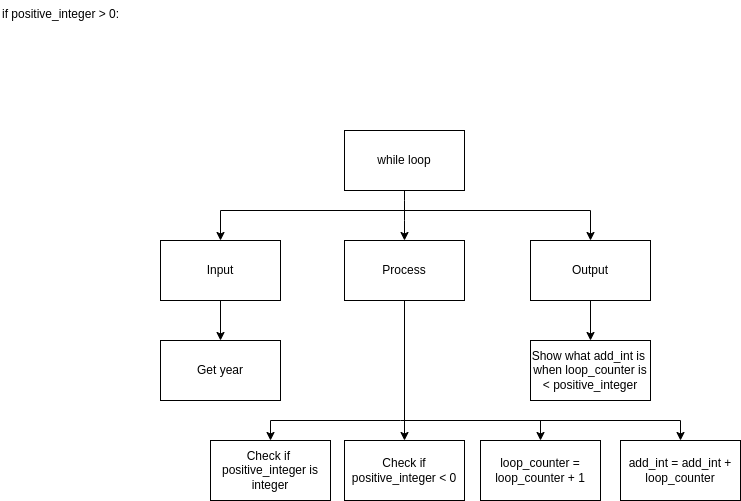
Before: design/top_down.png, a diagram exported from draw.io (Emmanuel-Fofeyin/ICS3U-Unit4-01-Python). Source tidied: cells renumbered, new cells last; positions are measured from the earlier drawing's top-left corner, leaving out a move shared by most shapes. Source of this version:
```xml
<mxGraphModel>
  <root>
    <mxCell id="0" />
    <mxCell id="1" parent="0" />
    <mxCell id="2" style="edgeStyle=none;html=1;entryX=0.5;entryY=0;entryDx=0;entryDy=0;" parent="1" edge="1" source="3" target="5">
      <mxGeometry relative="1" as="geometry">
        <Array as="points">
          <mxPoint x="404" y="210" />
        </Array>
      </mxGeometry>
    </mxCell>
    <mxCell id="3" value="while loop" style="rounded=0;whiteSpace=wrap;html=1;" parent="1" vertex="1">
      <mxGeometry x="344" y="130" width="120" height="60" as="geometry" />
    </mxCell>
    <mxCell id="4" style="edgeStyle=orthogonalEdgeStyle;rounded=0;html=1;entryX=0.5;entryY=0;entryDx=0;entryDy=0;" parent="1" edge="1" source="5" target="13">
      <mxGeometry relative="1" as="geometry" />
    </mxCell>
    <mxCell id="5" value="Process" style="rounded=0;whiteSpace=wrap;html=1;" parent="1" vertex="1">
      <mxGeometry x="344" y="240" width="120" height="60" as="geometry" />
    </mxCell>
    <mxCell id="6" style="edgeStyle=orthogonalEdgeStyle;rounded=0;html=1;" parent="1" edge="1" source="7" target="14">
      <mxGeometry relative="1" as="geometry" />
    </mxCell>
    <mxCell id="7" value="Output" style="rounded=0;whiteSpace=wrap;html=1;" parent="1" vertex="1">
      <mxGeometry x="530" y="240" width="120" height="60" as="geometry" />
    </mxCell>
    <mxCell id="8" style="edgeStyle=orthogonalEdgeStyle;rounded=0;html=1;entryX=0.5;entryY=0;entryDx=0;entryDy=0;" parent="1" edge="1" source="9" target="12">
      <mxGeometry relative="1" as="geometry" />
    </mxCell>
    <mxCell id="9" value="Input" style="rounded=0;whiteSpace=wrap;html=1;" parent="1" vertex="1">
      <mxGeometry x="160" y="240" width="120" height="60" as="geometry" />
    </mxCell>
    <mxCell id="10" style="edgeStyle=orthogonalEdgeStyle;html=1;entryX=0.5;entryY=0;entryDx=0;entryDy=0;rounded=0;" parent="1" edge="1" target="9">
      <mxGeometry relative="1" as="geometry">
        <mxPoint x="404" y="210" as="sourcePoint" />
      </mxGeometry>
    </mxCell>
    <mxCell id="11" style="edgeStyle=none;html=1;entryX=0.5;entryY=0;entryDx=0;entryDy=0;rounded=0;" parent="1" edge="1" target="7">
      <mxGeometry relative="1" as="geometry">
        <mxPoint x="400" y="210" as="sourcePoint" />
        <Array as="points">
          <mxPoint x="590" y="210" />
        </Array>
      </mxGeometry>
    </mxCell>
    <mxCell id="12" value="Get year" style="rounded=0;whiteSpace=wrap;html=1;" parent="1" vertex="1">
      <mxGeometry x="160" y="340" width="120" height="60" as="geometry" />
    </mxCell>
    <mxCell id="13" value="Check if positive_integer &amp;lt; 0" style="rounded=0;whiteSpace=wrap;html=1;" parent="1" vertex="1">
      <mxGeometry x="344" y="440" width="120" height="60" as="geometry" />
    </mxCell>
    <mxCell id="14" value="Show what add_int is&amp;nbsp; when loop_counter is &amp;lt; positive_integer" style="rounded=0;whiteSpace=wrap;html=1;" parent="1" vertex="1">
      <mxGeometry x="530" y="340" width="120" height="60" as="geometry" />
    </mxCell>
    <mxCell id="15" style="edgeStyle=none;rounded=0;html=1;entryX=0.5;entryY=0;entryDx=0;entryDy=0;" parent="1" edge="1" target="21">
      <mxGeometry relative="1" as="geometry">
        <mxPoint x="400" y="420" as="sourcePoint" />
        <Array as="points">
          <mxPoint x="270" y="420" />
        </Array>
      </mxGeometry>
    </mxCell>
    <mxCell id="16" style="edgeStyle=none;rounded=0;html=1;entryX=0.5;entryY=0;entryDx=0;entryDy=0;" parent="1" edge="1" target="17">
      <mxGeometry relative="1" as="geometry">
        <mxPoint x="410" y="420" as="sourcePoint" />
        <Array as="points">
          <mxPoint x="540" y="420" />
        </Array>
      </mxGeometry>
    </mxCell>
    <mxCell id="17" value="loop_counter = loop_counter + 1" style="rounded=0;whiteSpace=wrap;html=1;" parent="1" vertex="1">
      <mxGeometry x="480" y="440" width="120" height="60" as="geometry" />
    </mxCell>
    <mxCell id="18" style="edgeStyle=none;html=1;rounded=0;entryX=0.5;entryY=0;entryDx=0;entryDy=0;" parent="1" edge="1" target="19">
      <mxGeometry relative="1" as="geometry">
        <mxPoint x="400" y="420" as="sourcePoint" />
        <Array as="points">
          <mxPoint x="680" y="420" />
        </Array>
      </mxGeometry>
    </mxCell>
    <mxCell id="19" value="add_int = add_int + loop_counter" style="rounded=0;whiteSpace=wrap;html=1;" parent="1" vertex="1">
      <mxGeometry x="620" y="440" width="120" height="60" as="geometry" />
    </mxCell>
    <mxCell id="20" value="if positive_integer &gt; 0:" style="text;whiteSpace=wrap;html=1;" parent="1" vertex="1">
      <mxGeometry width="140" height="30" as="geometry" />
    </mxCell>
    <mxCell id="21" value="Check if&amp;nbsp; positive_integer is integer" style="rounded=0;whiteSpace=wrap;html=1;" parent="1" vertex="1">
      <mxGeometry x="210" y="440" width="120" height="60" as="geometry" />
    </mxCell>
  </root>
</mxGraphModel>
```
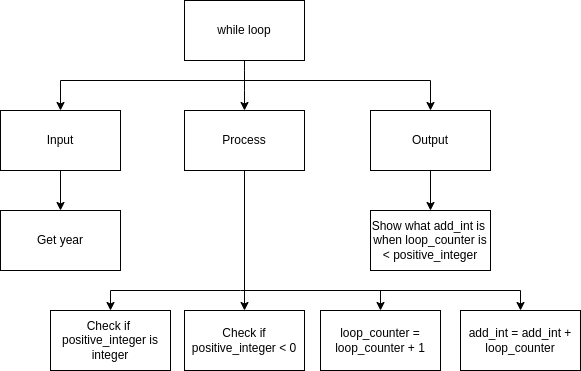
Later version of the same file.

Commit message:
good changes were made (^_^)

What changed in the source:
```diff
@@ -82,9 +82,6 @@
     <mxCell id="19" value="add_int = add_int + loop_counter" style="rounded=0;whiteSpace=wrap;html=1;" parent="1" vertex="1">
       <mxGeometry x="620" y="440" width="120" height="60" as="geometry" />
     </mxCell>
-    <mxCell id="20" value="if positive_integer &gt; 0:" style="text;whiteSpace=wrap;html=1;" parent="1" vertex="1">
-      <mxGeometry width="140" height="30" as="geometry" />
-    </mxCell>
     <mxCell id="21" value="Check if&amp;nbsp; positive_integer is integer" style="rounded=0;whiteSpace=wrap;html=1;" parent="1" vertex="1">
       <mxGeometry x="210" y="440" width="120" height="60" as="geometry" />
     </mxCell>
```
